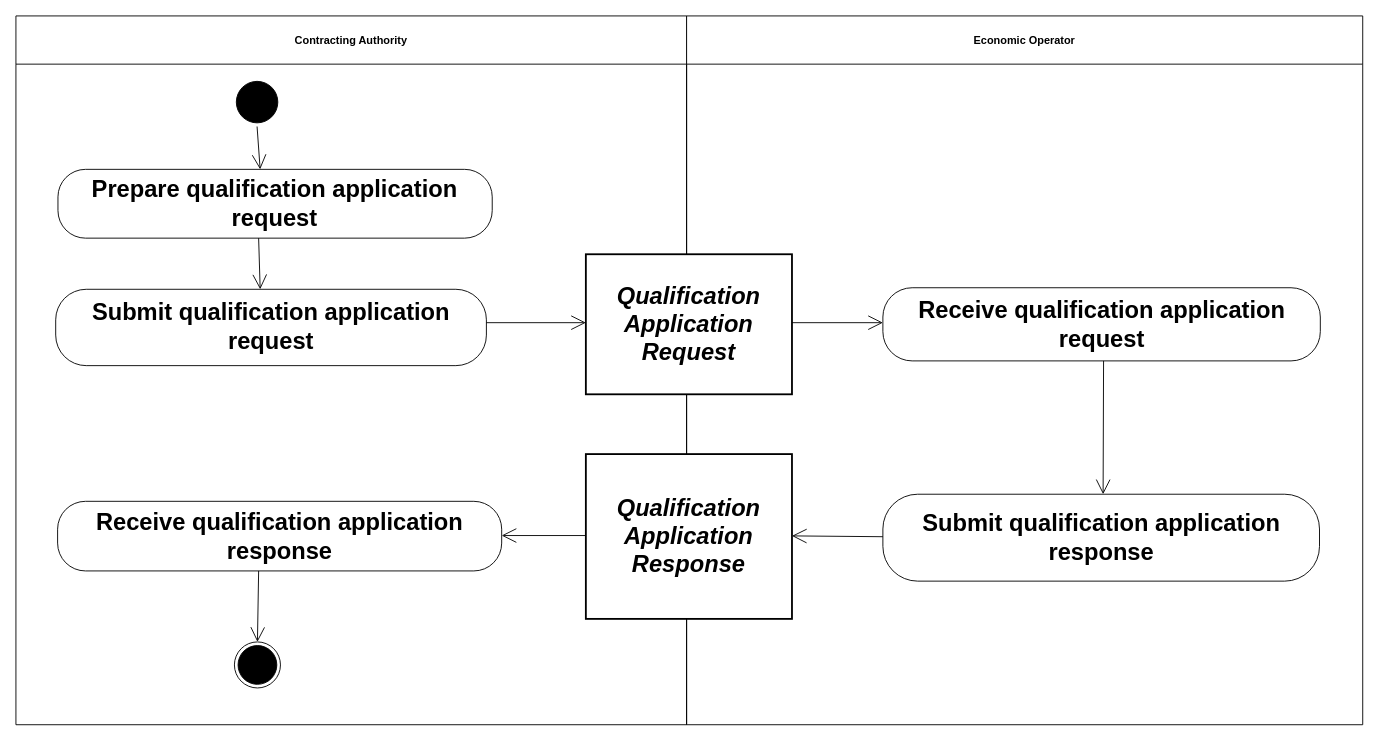
Earlier version of the draw.io diagram diagrams/UBL-2.2-Tender-QualificationApplication/UBL-2.2-Tender-QualificationApplication.drawio (kduvekot/ubl-work-on-svg-images). Source tidied: cells renumbered, new cells numbered last; positions are measured from the earlier drawing's top-left corner, leaving out a move shared by most shapes. Both pictures are drawn from the tidied source at 91%, with x=0, y=0 at pixel (15, 15).
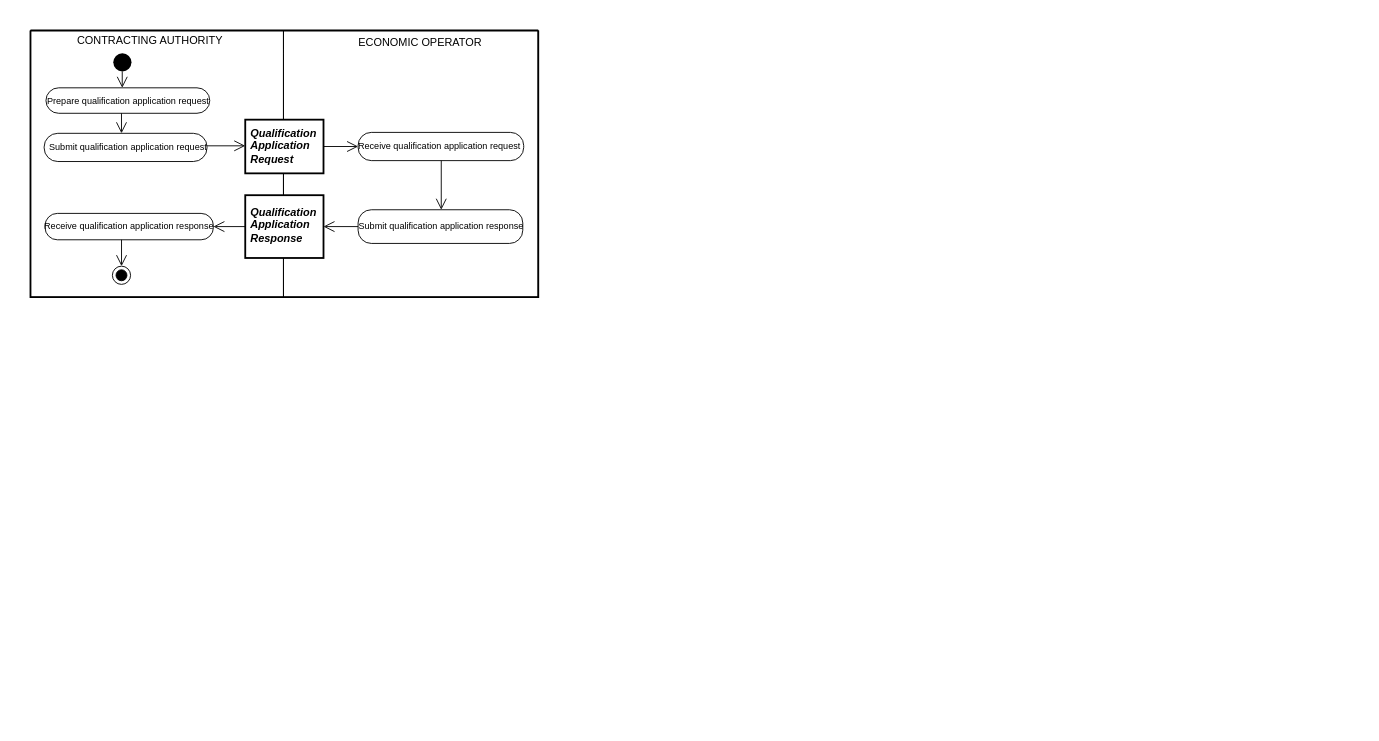
Above is the later version.

The edit, as a diff of the source:
```diff
@@
+    <mxCell id="21" style="swimlane;html=1;startSize=0;whiteSpace=wrap;fillColor=none;strokeWidth=2;" parent="1" vertex="1">
+      <mxGeometry x="16" y="16" width="558" height="293" as="geometry" />
+    </mxCell>
-    <mxCell id="2" value="Contracting Authority" style="swimlane;whiteSpace=wrap;html=1;startSize=53;" parent="1" vertex="1">
-      <mxGeometry width="737" height="778.9" as="geometry" />
+    <mxCell id="2" value="CONTRACTING AUTHORITY" style="swimlane;horizontal=1;startSize=21;swimlaneLine=0;html=1;fillColor=none;fontSize=12;fontStyle=0;spacing=0;spacingRight=16;" parent="21" vertex="1">
+      <mxGeometry width="278" height="293" as="geometry" />
     </mxCell>
-    <mxCell id="3" value="Economic Operator" style="swimlane;whiteSpace=wrap;html=1;startSize=53;" parent="1" vertex="1">
-      <mxGeometry x="737" width="743" height="778.9" as="geometry" />
+    <mxCell id="3" value="ECONOMIC OPERATOR" style="swimlane;horizontal=1;startSize=25;swimlaneLine=0;html=1;fillColor=none;fontSize=12;fontStyle=0;spacing=0;spacingLeft=19;" parent="21" vertex="1">
+      <mxGeometry x="278" width="280" height="293" as="geometry" />
     </mxCell>
-    <mxCell id="4" style="ellipse;html=1;shape=startState;fillColor=#000000;strokeColor=#000000;fontFamily=Helvetica;fontSize=26;" parent="1" vertex="1">
-      <mxGeometry x="238.2" y="67.9" width="53.6" height="53.6" as="geometry" />
+    <mxCell id="4" style="ellipse;shape=startState;fillColor=#000000;strokeColor=none;html=1;" parent="2" vertex="1">
+      <mxGeometry x="87" y="21" width="28" height="28" as="geometry" />
     </mxCell>
-    <mxCell id="5" value="Prepare qualification application request" style="rounded=1;arcSize=40;whiteSpace=wrap;html=1;fontStyle=1;fontFamily=Helvetica;fontSize=26;" parent="1" vertex="1">
-      <mxGeometry x="46.2" y="168.6" width="477.2" height="75.6" as="geometry" />
+    <mxCell id="5" value="Prepare qualification application request" style="rounded=1;absoluteArcSize=1;arcSize=29;html=1;whiteSpace=nowrap;fontSize=10;fontStyle=0;align=center;verticalAlign=middle;spacing=0;" parent="2" vertex="1">
+      <mxGeometry x="17" y="63" width="180" height="28" as="geometry" />
     </mxCell>
-    <mxCell id="6" value="Qualification Application Request" style="rounded=0;whiteSpace=wrap;html=1;fontStyle=3;strokeWidth=2;fontFamily=Helvetica;fontSize=26;" parent="1" vertex="1">
-      <mxGeometry x="626.3" y="261.9" width="226.5" height="153.9" as="geometry" />
+    <mxCell id="6" value="Qualification&lt;br&gt;Application&lt;br&gt;Request" style="rounded=0;html=1;whiteSpace=nowrap;fontSize=12;fontStyle=3;align=left;verticalAlign=middle;spacing=0;spacingLeft=6;spacingBottom=1;strokeWidth=2;" parent="3" vertex="1">
+      <mxGeometry x="-42" y="98" width="86" height="59" as="geometry" />
     </mxCell>
-    <mxCell id="7" value="Receive qualification application request" style="rounded=1;arcSize=40;whiteSpace=wrap;html=1;fontStyle=1;fontFamily=Helvetica;fontSize=26;" parent="1" vertex="1">
-      <mxGeometry x="952.7" y="298.7" width="480.7" height="80.4" as="geometry" />
+    <mxCell id="7" value="Receive qualification application request" style="rounded=1;absoluteArcSize=1;arcSize=29;html=1;whiteSpace=nowrap;fontSize=10;fontStyle=0;align=center;verticalAlign=middle;spacing=0;spacingRight=4;spacingBottom=2;" parent="3" vertex="1">
+      <mxGeometry x="82" y="112" width="182" height="31" as="geometry" />
     </mxCell>
-    <mxCell id="8" value="Submit qualification application request" style="rounded=1;arcSize=40;whiteSpace=wrap;html=1;fontStyle=1;fontFamily=Helvetica;fontSize=26;" parent="1" vertex="1">
-      <mxGeometry x="43.7" y="300.4" width="473.3" height="83.9" as="geometry" />
+    <mxCell id="8" value="Submit qualification application request" style="rounded=1;absoluteArcSize=1;arcSize=30;html=1;whiteSpace=nowrap;fontSize=10;fontStyle=0;align=center;verticalAlign=middle;spacing=0;spacingLeft=4;spacingBottom=1;" parent="2" vertex="1">
+      <mxGeometry x="15" y="113" width="179" height="31" as="geometry" />
     </mxCell>
-    <mxCell id="9" value="Qualification Application Response" style="rounded=0;whiteSpace=wrap;html=1;fontStyle=3;strokeWidth=2;fontFamily=Helvetica;fontSize=26;" parent="1" vertex="1">
-      <mxGeometry x="626.3" y="481.5" width="226.5" height="181.1" as="geometry" />
+    <mxCell id="9" value="Qualification&lt;br&gt;Application&lt;br&gt;Response" style="rounded=0;html=1;whiteSpace=nowrap;fontSize=12;fontStyle=3;align=left;verticalAlign=middle;spacing=0;spacingLeft=6;spacingBottom=3;strokeWidth=2;" parent="3" vertex="1">
+      <mxGeometry x="-42" y="181" width="86" height="69" as="geometry" />
     </mxCell>
-    <mxCell id="10" value="Submit qualification application response" style="rounded=1;arcSize=40;whiteSpace=wrap;html=1;fontStyle=1;fontFamily=Helvetica;fontSize=26;" parent="1" vertex="1">
-      <mxGeometry x="952.7" y="525.6" width="479.8" height="95.5" as="geometry" />
+    <mxCell id="10" value="Submit qualification application response" style="rounded=1;absoluteArcSize=1;arcSize=29;html=1;whiteSpace=nowrap;fontSize=10;fontStyle=0;align=center;verticalAlign=middle;spacing=0;spacingLeft=1;spacingBottom=1;" parent="3" vertex="1">
+      <mxGeometry x="82" y="197" width="181" height="37" as="geometry" />
     </mxCell>
-    <mxCell id="11" value="Receive qualification application response" style="rounded=1;arcSize=40;whiteSpace=wrap;html=1;fontStyle=1;fontFamily=Helvetica;fontSize=26;" parent="1" vertex="1">
-      <mxGeometry x="45.8" y="533.4" width="488" height="76.5" as="geometry" />
+    <mxCell id="11" value="Receive qualification application response" style="rounded=1;absoluteArcSize=1;arcSize=27;html=1;whiteSpace=nowrap;fontSize=10;fontStyle=0;align=center;verticalAlign=middle;spacing=0;spacingRight=1;spacingBottom=2;" parent="2" vertex="1">
+      <mxGeometry x="16" y="201" width="185" height="29" as="geometry" />
     </mxCell>
-    <mxCell id="12" style="ellipse;html=1;shape=endState;fillColor=#000000;strokeColor=#000000;fontFamily=Helvetica;fontSize=26;" parent="1" vertex="1">
-      <mxGeometry x="240.1" y="687.9" width="50.6" height="50.6" as="geometry" />
+    <mxCell id="12" style="ellipse;shape=endState;fillColor=#000000;html=1;" parent="2" vertex="1">
+      <mxGeometry x="90" y="259" width="20" height="20" as="geometry" />
     </mxCell>
-    <mxCell id="13" style="edgeStyle=none;rounded=0;html=1;endArrow=open;endFill=0;endSize=14;exitX=0.5;exitY=1.0;entryX=0.4656;entryY=0.0;" parent="1" edge="1" source="4" target="5">
+    <mxCell id="13" style="edgeStyle=none;rounded=0;html=1;endArrow=open;endFill=0;endSize=10;exitPerimeter=0;entryX=0.4657;entryY=0;entryPerimeter=0;exitX=0.493786;exitY=0.8587;" parent="2" edge="1" source="4" target="5">
       <mxGeometry relative="1" as="geometry" />
     </mxCell>
-    <mxCell id="14" style="edgeStyle=none;rounded=0;html=1;endArrow=open;endFill=0;endSize=14;exitX=0.4621;exitY=1.0;entryX=0.4748;entryY=0.0;" parent="1" edge="1" source="5" target="8">
+    <mxCell id="14" style="edgeStyle=none;rounded=0;html=1;endArrow=open;endFill=0;endSize=10;exitPerimeter=0;entryX=0.4749;entryY=0;entryPerimeter=0;exitX=0.461151;exitY=1;" parent="2" edge="1" source="5" target="8">
       <mxGeometry relative="1" as="geometry" />
     </mxCell>
-    <mxCell id="15" style="edgeStyle=none;rounded=0;html=1;endArrow=open;endFill=0;endSize=14;exitX=1.0;exitY=0.4374;entryX=0.0;entryY=0.4886;" parent="1" edge="1" source="8" target="6">
+    <mxCell id="15" style="edgeStyle=none;rounded=0;html=1;endArrow=open;endFill=0;endSize=10;exitPerimeter=0;entryX=0;entryY=0.4871;entryPerimeter=0;exitX=1;exitY=0.44319;" parent="21" edge="1" source="8" target="6">
       <mxGeometry relative="1" as="geometry" />
     </mxCell>
-    <mxCell id="16" style="edgeStyle=none;rounded=0;html=1;endArrow=open;endFill=0;endSize=14;exitX=1.0;exitY=0.4886;entryX=0.0;entryY=0.4776;" parent="1" edge="1" source="6" target="7">
+    <mxCell id="16" style="edgeStyle=none;rounded=0;html=1;endArrow=open;endFill=0;endSize=10;exitX=1;exitY=0.5;exitPerimeter=0;entryX=0;entryY=0.5;entryPerimeter=0;" parent="3" edge="1" source="6" target="7">
       <mxGeometry relative="1" as="geometry" />
     </mxCell>
-    <mxCell id="17" style="edgeStyle=none;rounded=0;html=1;endArrow=open;endFill=0;endSize=14;exitX=0.5045;exitY=1.0;entryX=0.5044;entryY=0.0;" parent="1" edge="1" source="7" target="10">
+    <mxCell id="17" style="edgeStyle=none;rounded=0;html=1;endArrow=open;endFill=0;endSize=10;exitPerimeter=0;entryX=0.505;entryY=0;entryPerimeter=0;exitX=0.502225;exitY=1;" parent="3" edge="1" source="7" target="10">
       <mxGeometry relative="1" as="geometry" />
     </mxCell>
-    <mxCell id="18" style="edgeStyle=none;rounded=0;html=1;endArrow=open;endFill=0;endSize=14;exitX=0.0;exitY=0.4942;entryX=1.0;entryY=0.4915;" parent="1" edge="1" source="9" target="11">
+    <mxCell id="18" style="edgeStyle=none;rounded=0;html=1;endArrow=open;endFill=0;endSize=10;exitX=0;exitY=0.5;exitPerimeter=0;entryX=1;entryY=0.5;entryPerimeter=0;" parent="21" edge="1" source="9" target="11">
       <mxGeometry relative="1" as="geometry" />
     </mxCell>
-    <mxCell id="19" style="edgeStyle=none;rounded=0;html=1;endArrow=open;endFill=0;endSize=14;exitX=0.0;exitY=0.489;entryX=1.0;entryY=0.4964;" parent="1" edge="1" source="10" target="9">
+    <mxCell id="19" style="edgeStyle=none;rounded=0;html=1;endArrow=open;endFill=0;endSize=10;exitX=0;exitY=0.5;exitPerimeter=0;entryX=1;entryY=0.5;entryPerimeter=0;" parent="3" edge="1" source="10" target="9">
       <mxGeometry relative="1" as="geometry" />
     </mxCell>
-    <mxCell id="20" style="edgeStyle=none;rounded=0;html=1;endArrow=open;endFill=0;endSize=14;exitX=0.4527;exitY=1.0;entryX=0.5;entryY=0.0;" parent="1" edge="1" source="11" target="12">
+    <mxCell id="20" style="edgeStyle=none;rounded=0;html=1;endArrow=open;endFill=0;endSize=10;exitPerimeter=0;entryX=0.5026;entryY=0;entryPerimeter=0;exitX=0.454335;exitY=1;" parent="2" edge="1" source="11" target="12">
       <mxGeometry relative="1" as="geometry" />
     </mxCell>
```
